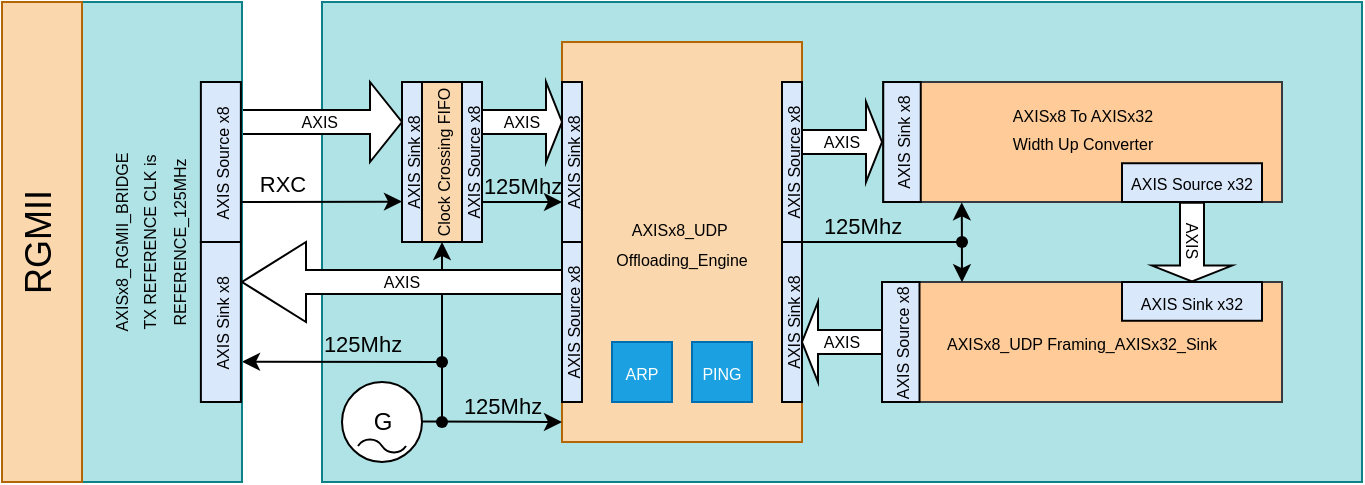
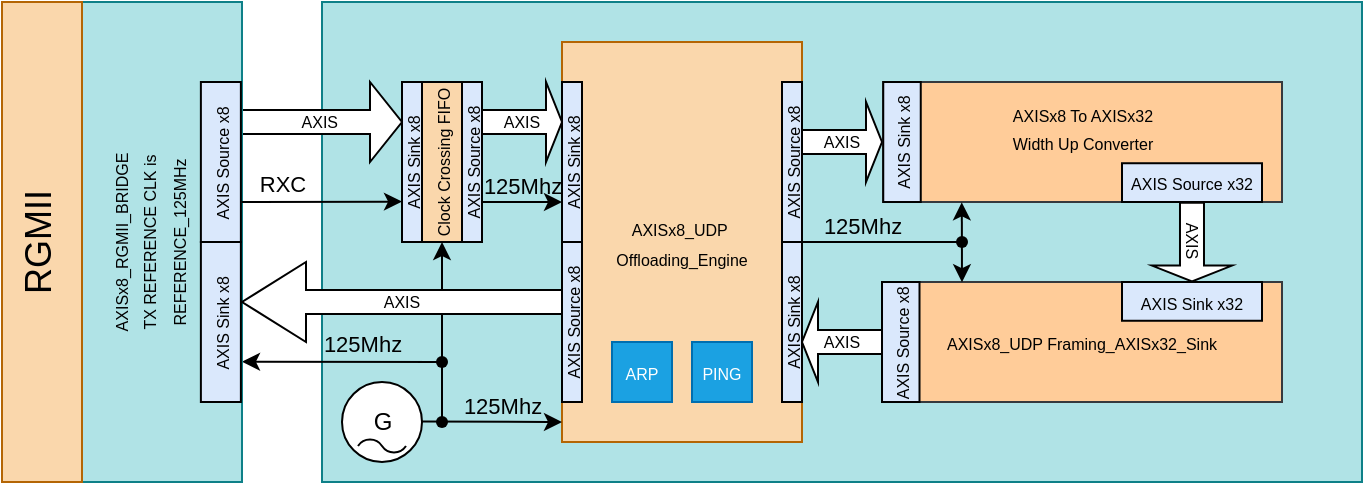
<mxfile host="Electron" agent="Mozilla/5.0 (Windows NT 10.0; Win64; x64) AppleWebKit/537.36 (KHTML, like Gecko) Chrome/147.0.0.0 Safari/537.36 OPR/131.0.0.0">
  <diagram name="Page-1" id="g0-s9DwC3oRhXUgsUFM5">
    <mxGraphModel dx="822" dy="480" grid="1" gridSize="10" guides="1" tooltips="1" connect="1" arrows="1" fold="1" page="1" pageScale="1" pageWidth="827" pageHeight="1169" math="0" shadow="0">
      <root>
        <mxCell id="0" />
        <mxCell id="1" parent="0" />
        <mxCell id="wT9U8shtDK8veMdne7O4-1" parent="1" style="rounded=0;whiteSpace=wrap;html=1;fillColor=#b0e3e6;strokeColor=#0e8088;" value="" vertex="1">
          <mxGeometry height="240" width="520" x="240" y="880" as="geometry" />
        </mxCell>
        <mxCell id="l-Vy5mzzBIYiazb95XEs-39" parent="1" style="shape=singleArrow;whiteSpace=wrap;html=1;fontSize=8;" value="AXIS&amp;nbsp;" vertex="1">
          <mxGeometry height="40" width="80" x="200" y="920" as="geometry" />
        </mxCell>
        <mxCell id="l-Vy5mzzBIYiazb95XEs-41" edge="1" parent="1" style="endArrow=classic;html=1;rounded=0;labelPosition=center;verticalLabelPosition=middle;align=center;verticalAlign=middle;" value="">
          <mxGeometry height="50" relative="1" width="50" as="geometry">
            <mxPoint x="300" y="1060" as="sourcePoint" />
            <mxPoint x="200" y="1059.85" as="targetPoint" />
          </mxGeometry>
        </mxCell>
        <mxCell id="l-Vy5mzzBIYiazb95XEs-42" parent="1" style="rounded=0;whiteSpace=wrap;html=1;fillColor=#b0e3e6;strokeColor=#0e8088;rotation=-90;" value="&lt;span style=&quot;font-size: 8px;&quot;&gt;AXISx8_RGMII_BRIDGE&lt;/span&gt;&lt;div&gt;&lt;span style=&quot;font-size: 8px;&quot;&gt;TX REFERENCE CLK is&lt;/span&gt;&lt;/div&gt;&lt;div&gt;&lt;span style=&quot;background-color: transparent; font-size: 8px;&quot;&gt;REFERENCE_125MHz&lt;/span&gt;&lt;/div&gt;&lt;div&gt;&lt;span style=&quot;background-color: transparent; font-size: 8px;&quot;&gt;&lt;br&gt;&lt;/span&gt;&lt;/div&gt;" vertex="1">
          <mxGeometry height="80" width="240" x="40" y="960" as="geometry" />
        </mxCell>
        <mxCell id="l-Vy5mzzBIYiazb95XEs-43" parent="1" style="rounded=0;whiteSpace=wrap;html=1;fillColor=#fad7ac;strokeColor=#b46504;" value="&lt;span style=&quot;font-size: 8px;&quot;&gt;AXISx8_UDP&amp;nbsp;&lt;/span&gt;&lt;div&gt;&lt;span style=&quot;font-size: 8px;&quot;&gt;Offloading_Engine&lt;/span&gt;&lt;/div&gt;" vertex="1">
          <mxGeometry height="200" width="120" x="360" y="900" as="geometry" />
        </mxCell>
        <mxCell id="l-Vy5mzzBIYiazb95XEs-44" parent="1" style="rounded=0;whiteSpace=wrap;html=1;fillColor=#ffcc99;strokeColor=#36393d;" value="&lt;span style=&quot;font-size: 8px;&quot;&gt;AXISx8_UDP Framing_AXISx32_Sink&lt;/span&gt;" vertex="1">
          <mxGeometry height="60" width="200" x="520" y="1020" as="geometry" />
        </mxCell>
        <mxCell id="l-Vy5mzzBIYiazb95XEs-45" parent="1" style="shape=singleArrow;whiteSpace=wrap;html=1;fontSize=8;" value="AXIS" vertex="1">
          <mxGeometry height="40" width="40" x="480" y="930" as="geometry" />
        </mxCell>
        <mxCell id="l-Vy5mzzBIYiazb95XEs-46" parent="1" style="shape=singleArrow;direction=west;whiteSpace=wrap;html=1;fontSize=8;" value="AXIS" vertex="1">
          <mxGeometry height="40" width="40" x="480" y="1030" as="geometry" />
        </mxCell>
        <mxCell id="l-Vy5mzzBIYiazb95XEs-51" parent="1" style="rounded=0;whiteSpace=wrap;html=1;textDirection=vertical-rl;rotation=-180;fillColor=#fad7ac;strokeColor=#b46504;fontSize=18;" value="RGMII" vertex="1">
          <mxGeometry height="240" width="40" x="80" y="880" as="geometry" />
        </mxCell>
        <mxCell id="l-Vy5mzzBIYiazb95XEs-52" edge="1" parent="1" style="endArrow=classic;html=1;rounded=0;exitX=1;exitY=0.4;exitDx=0;exitDy=0;exitPerimeter=0;labelPosition=center;verticalLabelPosition=top;align=center;verticalAlign=bottom;" value="">
          <mxGeometry height="50" relative="1" width="50" as="geometry">
            <Array as="points" />
            <mxPoint x="200" y="979.97" as="sourcePoint" />
            <mxPoint x="280" y="979.8" as="targetPoint" />
          </mxGeometry>
        </mxCell>
        <mxCell id="l-Vy5mzzBIYiazb95XEs-53" connectable="0" parent="l-Vy5mzzBIYiazb95XEs-52" style="edgeLabel;html=1;align=center;verticalAlign=bottom;resizable=0;points=[];labelBackgroundColor=none;labelBorderColor=none;labelPosition=center;verticalLabelPosition=top;" value="RXC" vertex="1">
          <mxGeometry relative="1" x="-0.695" y="-1" as="geometry">
            <mxPoint x="8" y="-1" as="offset" />
          </mxGeometry>
        </mxCell>
        <mxCell id="l-Vy5mzzBIYiazb95XEs-54" parent="1" style="rounded=0;whiteSpace=wrap;html=1;fillColor=#fad7ac;strokeColor=#000000;rotation=-90;" value="&lt;span style=&quot;font-size: 8px;&quot;&gt;Clock Crossing &lt;/span&gt;&lt;span style=&quot;color: light-dark(rgb(0, 0, 0), rgb(255, 255, 255)); background-color: transparent; font-size: 8px;&quot;&gt;FIFO&lt;/span&gt;" vertex="1">
          <mxGeometry height="20" width="80" x="260" y="950" as="geometry" />
        </mxCell>
        <mxCell id="l-Vy5mzzBIYiazb95XEs-55" parent="1" style="rounded=0;whiteSpace=wrap;html=1;fillColor=#dae8fc;strokeColor=#000000;rotation=-90;" value="&lt;span style=&quot;font-size: 8px;&quot;&gt;AXIS Sink&amp;nbsp;&lt;/span&gt;&lt;span style=&quot;font-size: 8px;&quot;&gt;x8&lt;/span&gt;" vertex="1">
          <mxGeometry height="10" width="80" x="245" y="955" as="geometry" />
        </mxCell>
        <mxCell id="l-Vy5mzzBIYiazb95XEs-56" parent="1" style="rounded=0;whiteSpace=wrap;html=1;fillColor=#dae8fc;strokeColor=#000000;rotation=-90;" value="&lt;span style=&quot;font-size: 8px;&quot;&gt;AXIS Source x8&lt;/span&gt;" vertex="1">
          <mxGeometry height="10" width="80" x="275" y="955" as="geometry" />
        </mxCell>
        <mxCell id="l-Vy5mzzBIYiazb95XEs-57" parent="1" style="shape=singleArrow;whiteSpace=wrap;html=1;fontSize=8;" value="AXIS" vertex="1">
          <mxGeometry height="40" width="40" x="320" y="920" as="geometry" />
        </mxCell>
        <mxCell id="l-Vy5mzzBIYiazb95XEs-58" edge="1" parent="1" style="endArrow=classic;html=1;rounded=0;exitX=1;exitY=0.4;exitDx=0;exitDy=0;exitPerimeter=0;labelPosition=center;verticalLabelPosition=top;align=center;verticalAlign=bottom;" value="">
          <mxGeometry height="50" relative="1" width="50" as="geometry">
            <Array as="points" />
            <mxPoint x="320" y="979.97" as="sourcePoint" />
            <mxPoint x="360" y="980" as="targetPoint" />
          </mxGeometry>
        </mxCell>
        <mxCell id="l-Vy5mzzBIYiazb95XEs-59" connectable="0" parent="1" style="edgeLabel;html=1;align=center;verticalAlign=bottom;resizable=0;points=[];labelBackgroundColor=none;labelBorderColor=none;labelPosition=center;verticalLabelPosition=top;fillColor=none;" value="&lt;span&gt;125Mhz&lt;/span&gt;" vertex="1">
          <mxGeometry x="340" y="980" as="geometry" />
        </mxCell>
        <mxCell id="l-Vy5mzzBIYiazb95XEs-60" connectable="0" parent="1" style="edgeLabel;html=1;align=center;verticalAlign=bottom;resizable=0;points=[];labelBackgroundColor=none;labelBorderColor=none;labelPosition=center;verticalLabelPosition=top;fillColor=none;" value="&lt;span&gt;125Mhz&lt;/span&gt;" vertex="1">
          <mxGeometry x="260" y="1059.85" as="geometry" />
        </mxCell>
        <mxCell id="l-Vy5mzzBIYiazb95XEs-61" parent="1" style="dashed=0;outlineConnect=0;align=center;html=1;shape=mxgraph.pid.engines.generator_(ac);fontSize=12;" value="G" vertex="1">
          <mxGeometry height="40" width="40" x="250" y="1070" as="geometry" />
        </mxCell>
        <mxCell id="l-Vy5mzzBIYiazb95XEs-62" parent="1" style="rounded=0;whiteSpace=wrap;html=1;fillColor=#dae8fc;strokeColor=#000000;rotation=-90;" value="&lt;span style=&quot;font-size: 8px;&quot;&gt;AXIS Sink&amp;nbsp;&lt;/span&gt;&lt;span style=&quot;font-size: 8px;&quot;&gt;x8&lt;/span&gt;" vertex="1">
          <mxGeometry height="20" width="80" x="149.44" y="1030" as="geometry" />
        </mxCell>
        <mxCell id="l-Vy5mzzBIYiazb95XEs-63" parent="1" style="rounded=0;whiteSpace=wrap;html=1;fillColor=#dae8fc;strokeColor=#000000;rotation=-90;" value="&lt;span style=&quot;font-size: 8px;&quot;&gt;AXIS Source x8&lt;/span&gt;" vertex="1">
          <mxGeometry height="20" width="80" x="149.44" y="950" as="geometry" />
        </mxCell>
        <mxCell id="l-Vy5mzzBIYiazb95XEs-64" parent="1" style="rounded=0;whiteSpace=wrap;html=1;fillColor=#dae8fc;strokeColor=#000000;rotation=-90;" value="&lt;span style=&quot;font-size: 8px;&quot;&gt;AXIS Sink&amp;nbsp;&lt;/span&gt;&lt;span style=&quot;font-size: 8px;&quot;&gt;x8&lt;/span&gt;" vertex="1">
          <mxGeometry height="10" width="80" x="325" y="955" as="geometry" />
        </mxCell>
        <mxCell id="l-Vy5mzzBIYiazb95XEs-65" parent="1" style="rounded=0;whiteSpace=wrap;html=1;fillColor=#dae8fc;strokeColor=#000000;rotation=-90;" value="&lt;span style=&quot;font-size: 8px;&quot;&gt;AXIS Source&amp;nbsp;&lt;/span&gt;&lt;span style=&quot;font-size: 8px;&quot;&gt;x8&lt;/span&gt;" vertex="1">
          <mxGeometry height="10" width="80" x="325" y="1035" as="geometry" />
        </mxCell>
        <mxCell id="l-Vy5mzzBIYiazb95XEs-66" parent="1" style="rounded=0;whiteSpace=wrap;html=1;fillColor=#dae8fc;strokeColor=#000000;rotation=-90;" value="&lt;span style=&quot;font-size: 8px;&quot;&gt;AXIS Source&amp;nbsp;&lt;/span&gt;&lt;span style=&quot;font-size: 8px;&quot;&gt;x8&lt;/span&gt;" vertex="1">
          <mxGeometry height="10" width="80" x="435" y="955" as="geometry" />
        </mxCell>
        <mxCell id="l-Vy5mzzBIYiazb95XEs-67" parent="1" style="rounded=0;whiteSpace=wrap;html=1;fillColor=#dae8fc;strokeColor=#000000;rotation=-90;" value="&lt;span style=&quot;font-size: 8px;&quot;&gt;AXIS Sink&amp;nbsp;&lt;/span&gt;&lt;span style=&quot;font-size: 8px;&quot;&gt;x8&lt;/span&gt;" vertex="1">
          <mxGeometry height="10" width="80" x="435" y="1035" as="geometry" />
        </mxCell>
        <mxCell id="l-Vy5mzzBIYiazb95XEs-68" connectable="0" parent="1" style="edgeLabel;html=1;align=center;verticalAlign=bottom;resizable=0;points=[];labelBackgroundColor=none;labelBorderColor=none;labelPosition=center;verticalLabelPosition=top;fillColor=none;" value="&lt;span&gt;125Mhz&lt;/span&gt;" vertex="1">
          <mxGeometry x="510" y="1000" as="geometry" />
        </mxCell>
        <mxCell id="l-Vy5mzzBIYiazb95XEs-69" edge="1" parent="1" style="endArrow=classic;html=1;rounded=0;exitX=1;exitY=0.4;exitDx=0;exitDy=0;exitPerimeter=0;" value="">
          <mxGeometry height="50" relative="1" width="50" as="geometry">
            <Array as="points" />
            <mxPoint x="290" y="1089.8" as="sourcePoint" />
            <mxPoint x="360" y="1090" as="targetPoint" />
          </mxGeometry>
        </mxCell>
        <mxCell id="l-Vy5mzzBIYiazb95XEs-70" connectable="0" parent="1" style="edgeLabel;html=1;align=center;verticalAlign=bottom;resizable=0;points=[];labelBackgroundColor=none;labelBorderColor=none;labelPosition=center;verticalLabelPosition=top;fillColor=none;" value="&lt;span&gt;125Mhz&lt;/span&gt;" vertex="1">
          <mxGeometry x="330" y="1090" as="geometry" />
        </mxCell>
        <mxCell id="l-Vy5mzzBIYiazb95XEs-71" edge="1" parent="1" source="l-Vy5mzzBIYiazb95XEs-76" style="endArrow=none;html=1;rounded=0;" value="">
          <mxGeometry height="50" relative="1" width="50" as="geometry">
            <mxPoint x="300" y="1090" as="sourcePoint" />
            <mxPoint x="300" y="1060" as="targetPoint" />
          </mxGeometry>
        </mxCell>
        <mxCell id="l-Vy5mzzBIYiazb95XEs-72" edge="1" parent="1" style="endArrow=none;html=1;rounded=0;" target="l-Vy5mzzBIYiazb95XEs-73" value="">
          <mxGeometry height="50" relative="1" width="50" as="geometry">
            <mxPoint x="300" y="1090" as="sourcePoint" />
            <mxPoint x="300" y="1060" as="targetPoint" />
          </mxGeometry>
        </mxCell>
        <mxCell id="l-Vy5mzzBIYiazb95XEs-73" parent="1" style="shape=waypoint;sketch=0;fillStyle=solid;size=6;pointerEvents=1;points=[];fillColor=none;resizable=0;rotatable=0;perimeter=centerPerimeter;snapToPoint=1;" value="" vertex="1">
          <mxGeometry height="20" width="20" x="290" y="1080" as="geometry" />
        </mxCell>
        <mxCell id="l-Vy5mzzBIYiazb95XEs-74" edge="1" parent="1" style="endArrow=classic;html=1;rounded=0;entryX=0;entryY=0.5;entryDx=0;entryDy=0;" target="l-Vy5mzzBIYiazb95XEs-54" value="">
          <mxGeometry height="50" relative="1" width="50" as="geometry">
            <Array as="points" />
            <mxPoint x="300" y="1060" as="sourcePoint" />
            <mxPoint x="380" y="1060.05" as="targetPoint" />
          </mxGeometry>
        </mxCell>
        <mxCell id="l-Vy5mzzBIYiazb95XEs-75" edge="1" parent="1" source="l-Vy5mzzBIYiazb95XEs-73" style="endArrow=none;html=1;rounded=0;" target="l-Vy5mzzBIYiazb95XEs-76" value="">
          <mxGeometry height="50" relative="1" width="50" as="geometry">
            <mxPoint x="300" y="1090" as="sourcePoint" />
            <mxPoint x="300" y="1060" as="targetPoint" />
          </mxGeometry>
        </mxCell>
        <mxCell id="l-Vy5mzzBIYiazb95XEs-76" parent="1" style="shape=waypoint;sketch=0;fillStyle=solid;size=6;pointerEvents=1;points=[];fillColor=none;resizable=0;rotatable=0;perimeter=centerPerimeter;snapToPoint=1;" value="" vertex="1">
          <mxGeometry height="20" width="20" x="290" y="1050" as="geometry" />
        </mxCell>
        <mxCell id="l-Vy5mzzBIYiazb95XEs-77" parent="1" style="shape=singleArrow;direction=west;whiteSpace=wrap;html=1;fontSize=8;" value="AXIS" vertex="1">
-           <mxGeometry height="40" width="160" x="200" y="1000" as="geometry" />
+           <mxGeometry height="40" width="160" x="200" y="1010" as="geometry" />
        </mxCell>
        <mxCell id="l-Vy5mzzBIYiazb95XEs-78" parent="1" style="rounded=0;whiteSpace=wrap;html=1;fillColor=#dae8fc;strokeColor=#000000;rotation=-90;fontSize=12;" value="&lt;font style=&quot;font-size: 8px;&quot;&gt;AXIS Source x8&lt;/font&gt;" vertex="1">
          <mxGeometry height="18.75" width="60" x="499.38" y="1040.63" as="geometry" />
        </mxCell>
        <mxCell id="wT9U8shtDK8veMdne7O4-3" parent="1" style="rounded=0;whiteSpace=wrap;html=1;fillColor=#ffcc99;strokeColor=#36393d;" value="&lt;span style=&quot;font-size: 8px;&quot;&gt;AXISx8 To AXISx32&lt;/span&gt;&lt;div&gt;&lt;span style=&quot;font-size: 8px;&quot;&gt;&amp;nbsp;Width Up Converter&amp;nbsp;&lt;/span&gt;&lt;/div&gt;&lt;div&gt;&lt;span style=&quot;font-size: 8px;&quot;&gt;&lt;br&gt;&lt;/span&gt;&lt;/div&gt;" vertex="1">
          <mxGeometry height="60" width="199.38" x="520.62" y="920" as="geometry" />
        </mxCell>
        <mxCell id="wT9U8shtDK8veMdne7O4-4" parent="1" style="rounded=0;whiteSpace=wrap;html=1;fillColor=#dae8fc;strokeColor=#000000;rotation=-90;" value="&lt;span style=&quot;font-size: 8px;&quot;&gt;AXIS Sink&amp;nbsp;&lt;/span&gt;&lt;span style=&quot;font-size: 8px;&quot;&gt;x8&lt;/span&gt;" vertex="1">
          <mxGeometry height="18.75" width="60" x="500" y="940.6300000000001" as="geometry" />
        </mxCell>
        <mxCell id="wT9U8shtDK8veMdne7O4-5" parent="1" style="rounded=0;whiteSpace=wrap;html=1;fillColor=#dae8fc;strokeColor=#000000;rotation=0;" value="&lt;span style=&quot;font-size: 8px;&quot;&gt;AXIS Source&amp;nbsp;&lt;/span&gt;&lt;span style=&quot;font-size: 8px;&quot;&gt;x32&lt;/span&gt;" vertex="1">
          <mxGeometry height="19.38" width="70" x="640" y="960.62" as="geometry" />
        </mxCell>
        <mxCell id="wT9U8shtDK8veMdne7O4-9" parent="1" style="rounded=0;whiteSpace=wrap;html=1;fillColor=#dae8fc;strokeColor=#000000;rotation=0;" value="&lt;span style=&quot;font-size: 8px;&quot;&gt;AXIS Sink&amp;nbsp;&lt;/span&gt;&lt;span style=&quot;font-size: 8px;&quot;&gt;x32&lt;/span&gt;" vertex="1">
          <mxGeometry height="19.38" width="70" x="640" y="1020" as="geometry" />
        </mxCell>
        <mxCell id="wT9U8shtDK8veMdne7O4-14" edge="1" parent="1" style="endArrow=none;html=1;rounded=0;" value="">
          <mxGeometry height="50" relative="1" width="50" as="geometry">
            <mxPoint x="480" y="1000" as="sourcePoint" />
            <mxPoint x="560" y="1000" as="targetPoint" />
          </mxGeometry>
        </mxCell>
        <mxCell id="wT9U8shtDK8veMdne7O4-15" parent="1" style="shape=singleArrow;whiteSpace=wrap;html=1;rotation=90;fontSize=8;" value="AXIS" vertex="1">
          <mxGeometry height="40" width="39.37" x="655.3100000000001" y="980" as="geometry" />
        </mxCell>
        <mxCell id="wT9U8shtDK8veMdne7O4-16" edge="1" parent="1" source="wT9U8shtDK8veMdne7O4-3" style="endArrow=classic;html=1;rounded=0;exitX=0.197;exitY=1.003;exitDx=0;exitDy=0;exitPerimeter=0;entryX=0.2;entryY=0.002;entryDx=0;entryDy=0;entryPerimeter=0;endFill=1;startArrow=classic;startFill=1;" target="l-Vy5mzzBIYiazb95XEs-44" value="">
          <mxGeometry height="50" relative="1" width="50" as="geometry">
            <mxPoint x="560" y="989.68" as="sourcePoint" />
            <mxPoint x="560" y="1009.68" as="targetPoint" />
          </mxGeometry>
        </mxCell>
        <mxCell id="wT9U8shtDK8veMdne7O4-20" parent="1" style="shape=waypoint;sketch=0;fillStyle=solid;size=6;pointerEvents=1;points=[];fillColor=none;resizable=0;rotatable=0;perimeter=centerPerimeter;snapToPoint=1;" value="" vertex="1">
          <mxGeometry height="20" width="20" x="550" y="990" as="geometry" />
        </mxCell>
        <mxCell id="v1DrpxyldP5X3QPbAQ5r-1" parent="1" style="rounded=0;whiteSpace=wrap;html=1;fillColor=#1ba1e2;strokeColor=#006EAF;rotation=0;fontColor=#ffffff;" value="&lt;span style=&quot;font-size: 8px;&quot;&gt;PING&lt;/span&gt;" vertex="1">
          <mxGeometry height="30" width="30" x="425" y="1050" as="geometry" />
        </mxCell>
        <mxCell id="v1DrpxyldP5X3QPbAQ5r-2" parent="1" style="rounded=0;whiteSpace=wrap;html=1;fillColor=#1ba1e2;strokeColor=#006EAF;rotation=0;fontColor=#ffffff;" value="&lt;span style=&quot;font-size: 8px;&quot;&gt;ARP&lt;/span&gt;" vertex="1">
          <mxGeometry height="30" width="30" x="385" y="1050" as="geometry" />
        </mxCell>
      </root>
    </mxGraphModel>
  </diagram>
</mxfile>
